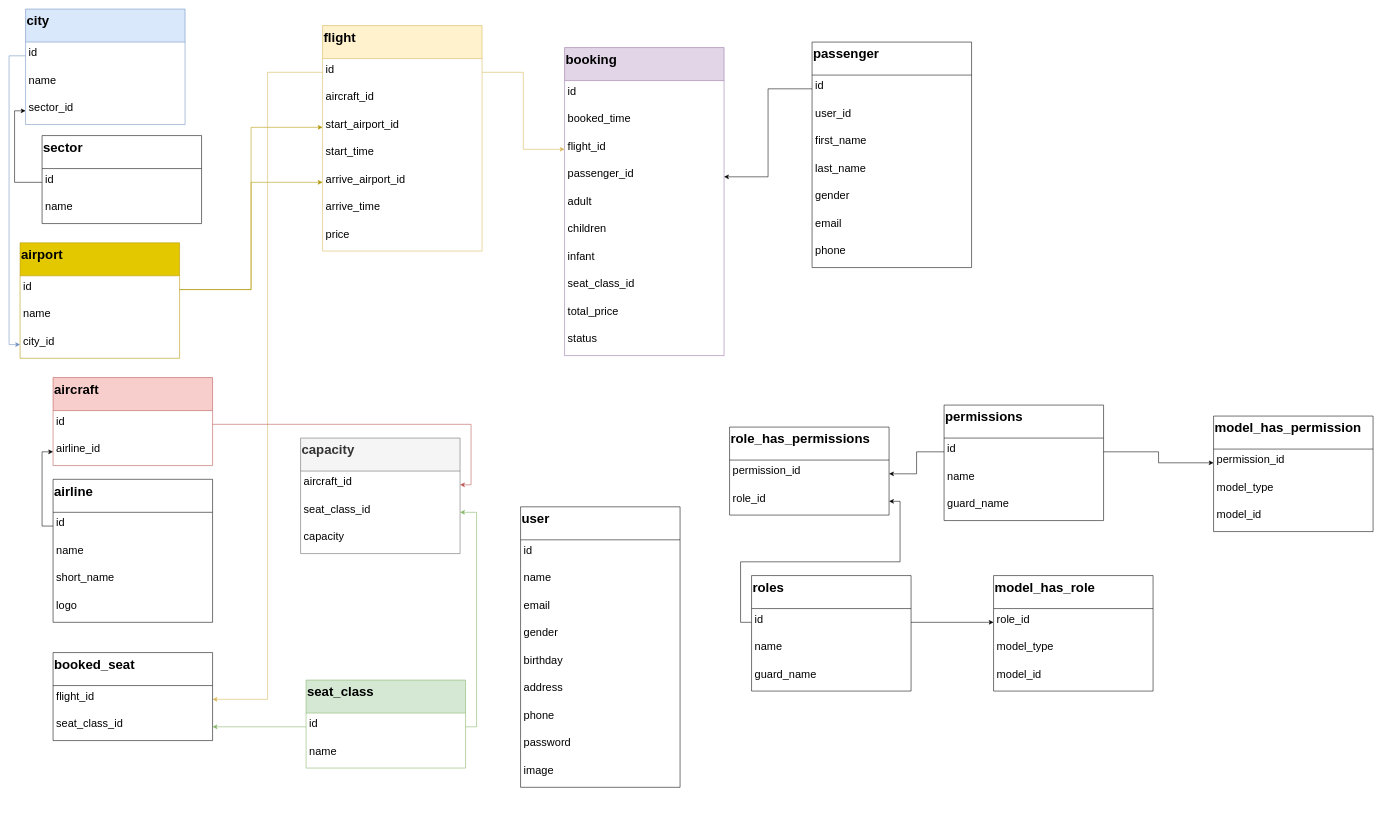
trungkien4723/datvemaybay keeps this draw.io diagram as Untitled Diagram.drawio. Above is the earlier version. Source tidied: cells renumbered, new cells numbered last; positions are measured from the earlier drawing's top-left corner, leaving out a move shared by most shapes. Both pictures are drawn from the tidied source at 55%, with x=0, y=0 at pixel (20, 9).
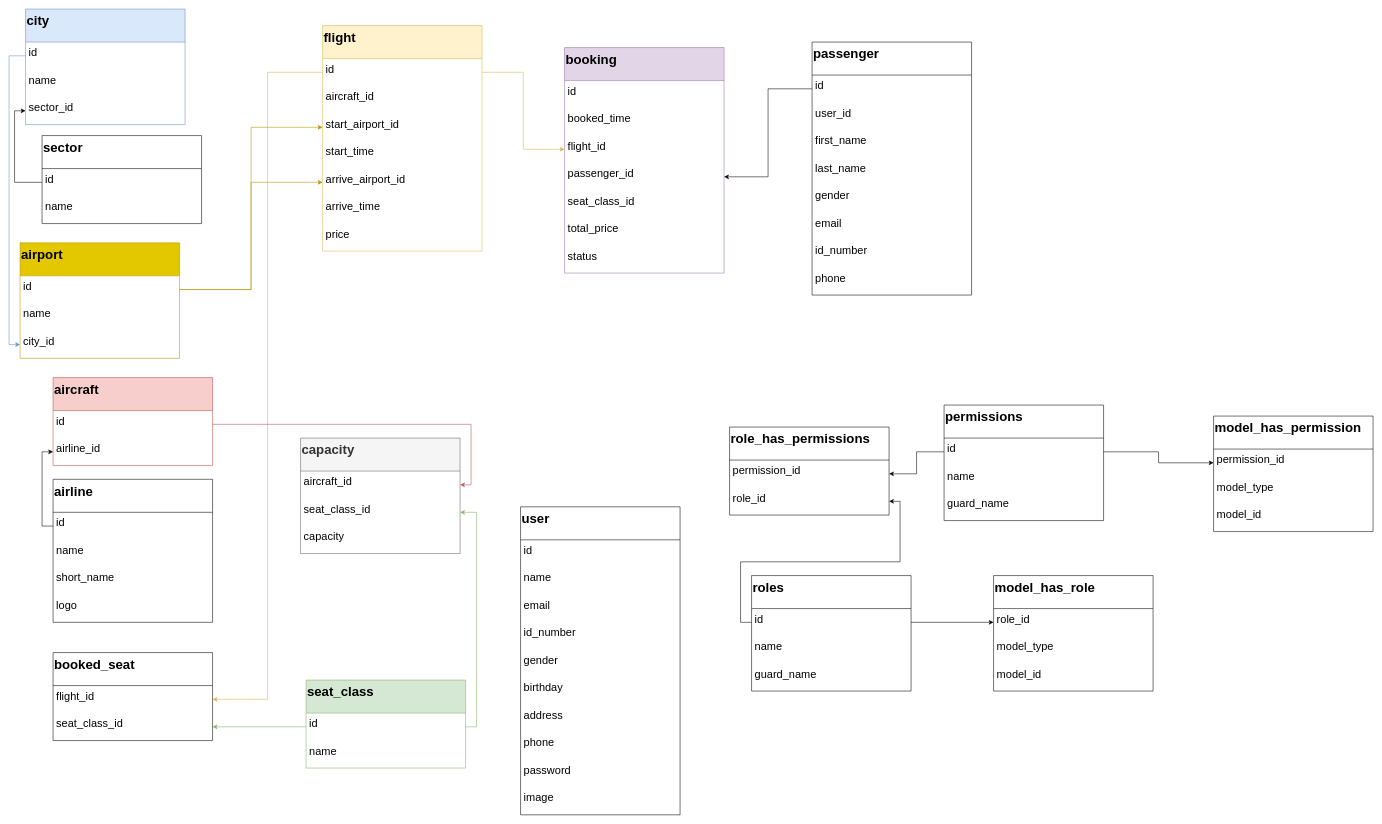
After the change.

Diff of the diagram source:
```diff
@@
     <mxCell id="13" value="booking" style="swimlane;fontStyle=1;horizontal=1;startSize=60;fontSize=24;strokeColor=#9673a6;align=left;verticalAlign=top;fillColor=#e1d5e7;" parent="1" vertex="1">
-      <mxGeometry x="990" y="70" width="290" height="560" as="geometry" />
+      <mxGeometry x="990" y="70" width="290" height="410" as="geometry" />
     </mxCell>
@@
-    <mxCell id="18" value="adult" style="text;strokeColor=none;fillColor=none;align=left;verticalAlign=top;spacingLeft=4;spacingRight=4;overflow=hidden;fontSize=20;" parent="13" vertex="1">
-      <mxGeometry y="260" width="290" height="50" as="geometry" />
-    </mxCell>
-    <mxCell id="19" value="children" style="text;strokeColor=none;fillColor=none;align=left;verticalAlign=top;spacingLeft=4;spacingRight=4;overflow=hidden;fontSize=20;" parent="13" vertex="1">
-      <mxGeometry y="310" width="290" height="50" as="geometry" />
-    </mxCell>
-    <mxCell id="20" value="infant" style="text;strokeColor=none;fillColor=none;align=left;verticalAlign=top;spacingLeft=4;spacingRight=4;overflow=hidden;fontSize=20;" parent="13" vertex="1">
-      <mxGeometry y="360" width="290" height="50" as="geometry" />
-    </mxCell>
     <mxCell id="21" value="seat_class_id" style="text;strokeColor=none;fillColor=none;align=left;verticalAlign=top;spacingLeft=4;spacingRight=4;overflow=hidden;fontSize=20;" parent="13" vertex="1">
-      <mxGeometry y="410" width="290" height="50" as="geometry" />
+      <mxGeometry y="260" width="290" height="50" as="geometry" />
     </mxCell>
     <mxCell id="22" value="total_price" style="text;strokeColor=none;fillColor=none;align=left;verticalAlign=top;spacingLeft=4;spacingRight=4;overflow=hidden;fontSize=20;" parent="13" vertex="1">
-      <mxGeometry y="460" width="290" height="50" as="geometry" />
+      <mxGeometry y="310" width="290" height="50" as="geometry" />
     </mxCell>
     <mxCell id="23" value="status" style="text;strokeColor=none;fillColor=none;align=left;verticalAlign=top;spacingLeft=4;spacingRight=4;overflow=hidden;fontSize=20;" parent="13" vertex="1">
-      <mxGeometry y="510" width="290" height="50" as="geometry" />
+      <mxGeometry y="360" width="290" height="50" as="geometry" />
     </mxCell>
@@
     <mxCell id="48" value="passenger" style="swimlane;fontStyle=1;horizontal=1;startSize=60;fontSize=24;strokeColor=#000000;align=left;verticalAlign=top;" parent="1" vertex="1">
-      <mxGeometry x="1440" y="60" width="290" height="410" as="geometry" />
+      <mxGeometry x="1440" y="60" width="290" height="460" as="geometry" />
     </mxCell>
@@
+    <mxCell id="102" value="id_number" style="text;strokeColor=none;fillColor=none;align=left;verticalAlign=top;spacingLeft=4;spacingRight=4;overflow=hidden;fontSize=20;" parent="48" vertex="1">
+      <mxGeometry y="360" width="290" height="50" as="geometry" />
+    </mxCell>
     <mxCell id="55" value="phone" style="text;strokeColor=none;fillColor=none;align=left;verticalAlign=top;spacingLeft=4;spacingRight=4;overflow=hidden;fontSize=20;" parent="48" vertex="1">
-      <mxGeometry y="360" width="290" height="50" as="geometry" />
+      <mxGeometry y="410" width="290" height="50" as="geometry" />
     </mxCell>
@@
     <mxCell id="69" value="user" style="swimlane;fontStyle=1;horizontal=1;startSize=60;fontSize=24;strokeColor=#000000;align=left;verticalAlign=top;" parent="1" vertex="1">
-      <mxGeometry x="910" y="905" width="290" height="510" as="geometry" />
+      <mxGeometry x="910" y="905" width="290" height="560" as="geometry" />
     </mxCell>
@@
+    <mxCell id="103" value="id_number" style="text;strokeColor=none;fillColor=none;align=left;verticalAlign=top;spacingLeft=4;spacingRight=4;overflow=hidden;fontSize=20;" parent="69" vertex="1">
+      <mxGeometry y="210" width="290" height="50" as="geometry" />
+    </mxCell>
     <mxCell id="73" value="gender" style="text;strokeColor=none;fillColor=none;align=left;verticalAlign=top;spacingLeft=4;spacingRight=4;overflow=hidden;fontSize=20;" parent="69" vertex="1">
-      <mxGeometry y="210" width="290" height="50" as="geometry" />
+      <mxGeometry y="260" width="290" height="50" as="geometry" />
     </mxCell>
     <mxCell id="74" value="birthday" style="text;strokeColor=none;fillColor=none;align=left;verticalAlign=top;spacingLeft=4;spacingRight=4;overflow=hidden;fontSize=20;" parent="69" vertex="1">
-      <mxGeometry y="260" width="290" height="50" as="geometry" />
+      <mxGeometry y="310" width="290" height="50" as="geometry" />
     </mxCell>
     <mxCell id="75" value="address" style="text;strokeColor=none;fillColor=none;align=left;verticalAlign=top;spacingLeft=4;spacingRight=4;overflow=hidden;fontSize=20;" parent="69" vertex="1">
-      <mxGeometry y="310" width="290" height="50" as="geometry" />
+      <mxGeometry y="360" width="290" height="50" as="geometry" />
     </mxCell>
     <mxCell id="76" value="phone" style="text;strokeColor=none;fillColor=none;align=left;verticalAlign=top;spacingLeft=4;spacingRight=4;overflow=hidden;fontSize=20;" parent="69" vertex="1">
-      <mxGeometry y="360" width="290" height="50" as="geometry" />
+      <mxGeometry y="410" width="290" height="50" as="geometry" />
     </mxCell>
     <mxCell id="77" value="password" style="text;strokeColor=none;fillColor=none;align=left;verticalAlign=top;spacingLeft=4;spacingRight=4;overflow=hidden;fontSize=20;" parent="69" vertex="1">
-      <mxGeometry y="410" width="290" height="50" as="geometry" />
+      <mxGeometry y="460" width="290" height="50" as="geometry" />
     </mxCell>
     <mxCell id="78" value="image" style="text;strokeColor=none;fillColor=none;align=left;verticalAlign=top;spacingLeft=4;spacingRight=4;overflow=hidden;fontSize=20;" parent="69" vertex="1">
-      <mxGeometry y="460" width="290" height="50" as="geometry" />
+      <mxGeometry y="510" width="290" height="50" as="geometry" />
     </mxCell>
```
